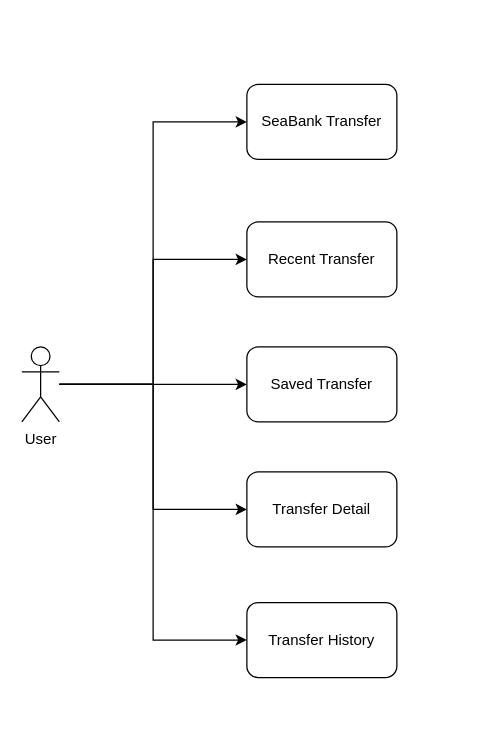
Before: Transfer/useCase.drawio in RexYao97/sfrex, a draw.io diagram. Source tidied: cells renumbered, new cells numbered last; positions are measured from the earlier drawing's top-left corner, leaving out a move shared by most shapes. Both pictures are drawn from the tidied source at 125%, with x=0, y=0 at pixel (21, 84).
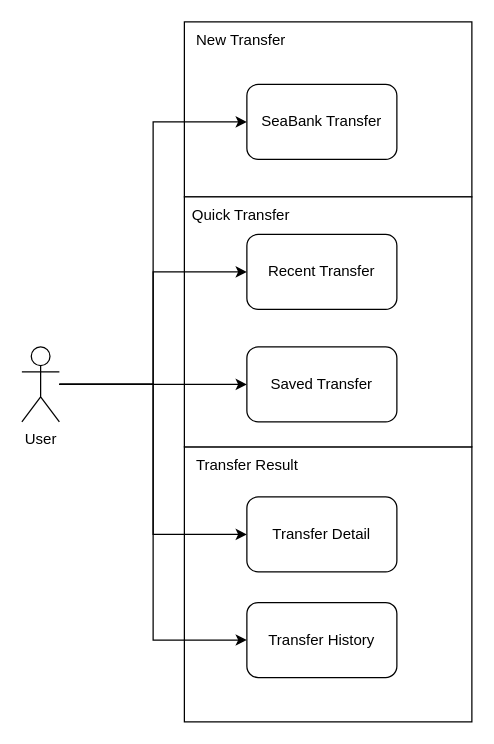
After the change.

The edit, as a diff of the source:
```diff
@@
 <mxGraphModel>
   <root>
     <mxCell id="0" />
     <mxCell id="1" parent="0" />
+    <mxCell id="13" style="rounded=0;whiteSpace=wrap;html=1;" parent="1" vertex="1">
+      <mxGeometry x="130" y="-50" width="230" height="140" as="geometry" />
+    </mxCell>
+    <mxCell id="14" style="rounded=0;whiteSpace=wrap;html=1;" parent="1" vertex="1">
+      <mxGeometry x="130" y="290" width="230" height="220" as="geometry" />
+    </mxCell>
+    <mxCell id="15" style="rounded=0;whiteSpace=wrap;html=1;" parent="1" vertex="1">
+      <mxGeometry x="130" y="90" width="230" height="200" as="geometry" />
+    </mxCell>
     <mxCell id="2" style="edgeStyle=orthogonalEdgeStyle;rounded=0;jettySize=auto;html=1;entryX=0;entryY=0.5;entryDx=0;entryDy=0;" parent="1" edge="1" source="7" target="8">
       <mxGeometry relative="1" as="geometry" />
     </mxCell>
     <mxCell id="3" style="edgeStyle=orthogonalEdgeStyle;rounded=0;jettySize=auto;html=1;entryX=0;entryY=0.5;entryDx=0;entryDy=0;" parent="1" edge="1" source="7" target="10">
       <mxGeometry relative="1" as="geometry" />
     </mxCell>
     <mxCell id="4" style="edgeStyle=orthogonalEdgeStyle;rounded=0;jettySize=auto;html=1;entryX=0;entryY=0.5;entryDx=0;entryDy=0;" parent="1" edge="1" source="7" target="11">
       <mxGeometry relative="1" as="geometry" />
     </mxCell>
     <mxCell id="5" style="edgeStyle=orthogonalEdgeStyle;rounded=0;jettySize=auto;html=1;entryX=0;entryY=0.5;entryDx=0;entryDy=0;" parent="1" edge="1" source="7" target="12">
       <mxGeometry relative="1" as="geometry" />
     </mxCell>
     <mxCell id="6" style="edgeStyle=orthogonalEdgeStyle;rounded=0;jettySize=auto;html=1;entryX=0;entryY=0.5;entryDx=0;entryDy=0;" parent="1" edge="1" source="7" target="9">
       <mxGeometry relative="1" as="geometry" />
     </mxCell>
     <mxCell id="7" value="User" style="shape=umlActor;verticalLabelPosition=bottom;verticalAlign=top;html=1;outlineConnect=0;" parent="1" vertex="1">
       <mxGeometry y="210" width="30" height="60" as="geometry" />
     </mxCell>
     <mxCell id="8" value="SeaBank Transfer" style="rounded=1;whiteSpace=wrap;html=1;" parent="1" vertex="1">
       <mxGeometry x="180" width="120" height="60" as="geometry" />
     </mxCell>
     <mxCell id="9" value="Recent Transfer" style="rounded=1;whiteSpace=wrap;html=1;" parent="1" vertex="1">
-      <mxGeometry x="180" y="110" width="120" height="60" as="geometry" />
+      <mxGeometry x="180" y="120" width="120" height="60" as="geometry" />
     </mxCell>
     <mxCell id="10" value="Saved Transfer" style="rounded=1;whiteSpace=wrap;html=1;" parent="1" vertex="1">
       <mxGeometry x="180" y="210" width="120" height="60" as="geometry" />
     </mxCell>
     <mxCell id="11" value="Transfer Detail" style="rounded=1;whiteSpace=wrap;html=1;" parent="1" vertex="1">
-      <mxGeometry x="180" y="310" width="120" height="60" as="geometry" />
+      <mxGeometry x="180" y="330" width="120" height="60" as="geometry" />
     </mxCell>
     <mxCell id="12" value="Transfer History" style="rounded=1;whiteSpace=wrap;html=1;" parent="1" vertex="1">
       <mxGeometry x="180" y="414.5" width="120" height="60" as="geometry" />
     </mxCell>
+    <mxCell id="16" value="New Transfer" style="text;html=1;align=center;verticalAlign=middle;strokeColor=none;fillColor=none;" parent="1" vertex="1">
+      <mxGeometry x="130" y="-50" width="90" height="30" as="geometry" />
+    </mxCell>
+    <mxCell id="17" value="Quick Transfer" style="text;html=1;align=center;verticalAlign=middle;strokeColor=none;fillColor=none;" parent="1" vertex="1">
+      <mxGeometry x="125" y="90" width="100" height="30" as="geometry" />
+    </mxCell>
+    <mxCell id="18" value="Transfer Result" style="text;html=1;align=center;verticalAlign=middle;strokeColor=none;fillColor=none;" parent="1" vertex="1">
+      <mxGeometry x="125" y="290" width="110" height="30" as="geometry" />
+    </mxCell>
   </root>
 </mxGraphModel>
```
